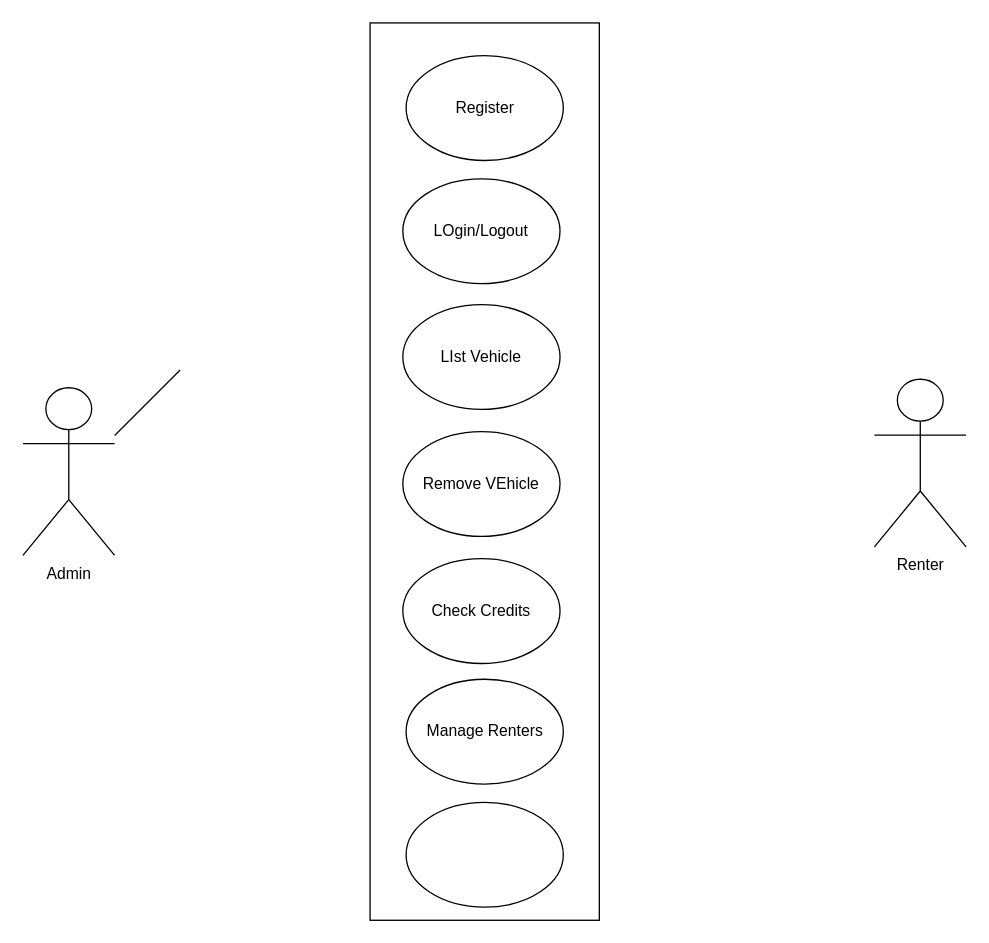
aashu-kattel/Sys.-Analysis-Design keeps this draw.io diagram as usecase_vrs.drawio. Above is the earlier version. Source tidied: cells renumbered, new cells numbered last; positions are measured from the earlier drawing's top-left corner, leaving out a move shared by most shapes. Both pictures are drawn from the tidied source at 131%, with x=0, y=0 at pixel (22, 55).
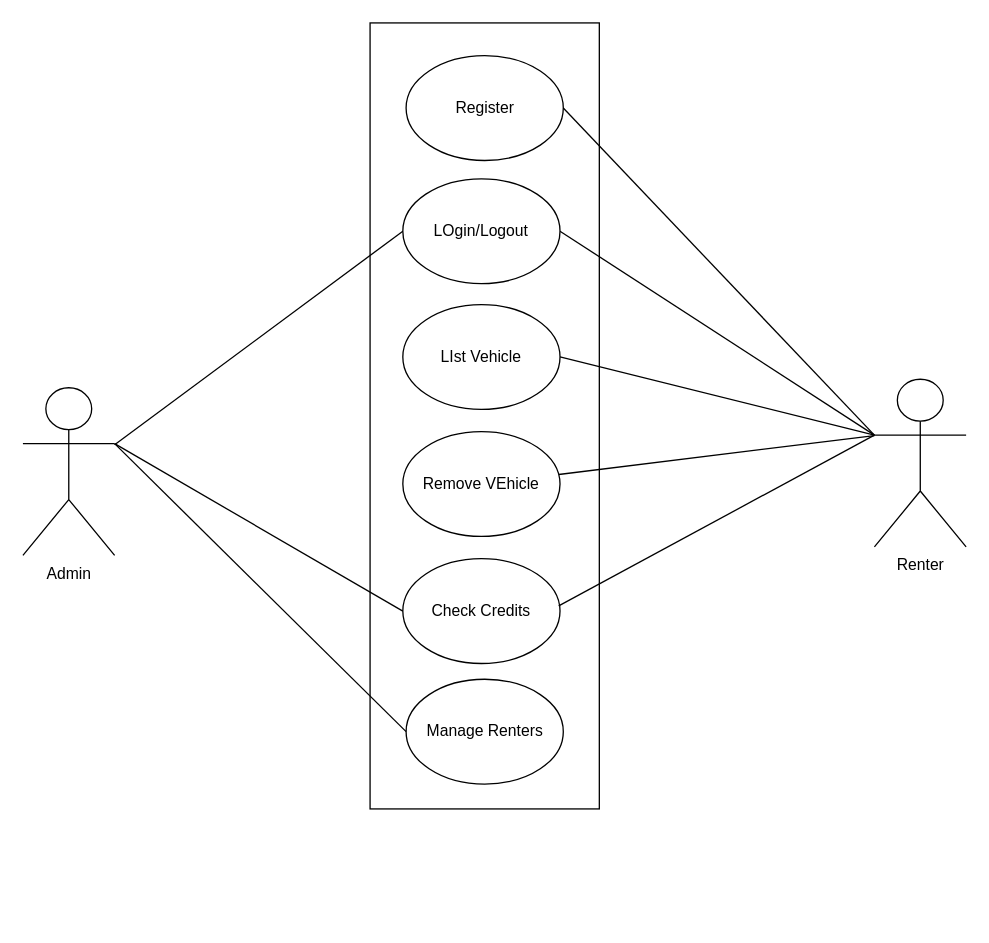
After the change.

The change refers to these unchanged cells:
```xml
<mxCell id="3" value="Admin" style="shape=umlActor;verticalLabelPosition=bottom;verticalAlign=top;html=1;outlineConnect=0;" parent="1" vertex="1">
  <mxGeometry y="253.5" width="70" height="128" as="geometry" />
</mxCell>
<mxCell id="4" value="Renter&lt;br&gt;" style="shape=umlActor;verticalLabelPosition=bottom;verticalAlign=top;html=1;outlineConnect=0;" parent="1" vertex="1">
  <mxGeometry x="650" y="247" width="70" height="128" as="geometry" />
</mxCell>
<mxCell id="5" value="LOgin/Logout" style="ellipse;whiteSpace=wrap;html=1;" parent="1" vertex="1">
  <mxGeometry x="290" y="94" width="120" height="80" as="geometry" />
</mxCell>
<mxCell id="6" value="LIst Vehicle" style="ellipse;whiteSpace=wrap;html=1;" parent="1" vertex="1">
  <mxGeometry x="290" y="190" width="120" height="80" as="geometry" />
</mxCell>
<mxCell id="7" value="Remove VEhicle" style="ellipse;whiteSpace=wrap;html=1;" parent="1" vertex="1">
  <mxGeometry x="290" y="287" width="120" height="80" as="geometry" />
</mxCell>
<mxCell id="8" value="Check Credits" style="ellipse;whiteSpace=wrap;html=1;" parent="1" vertex="1">
  <mxGeometry x="290" y="384" width="120" height="80" as="geometry" />
</mxCell>
<mxCell id="9" value="Manage Renters" style="ellipse;whiteSpace=wrap;html=1;" parent="1" vertex="1">
  <mxGeometry x="292.5" y="476" width="120" height="80" as="geometry" />
</mxCell>
<mxCell id="11" value="Register" style="ellipse;whiteSpace=wrap;html=1;" parent="1" vertex="1">
  <mxGeometry x="292.5" width="120" height="80" as="geometry" />
</mxCell>
```

What changed in the source:
```diff
@@
     <mxCell id="2" style="rounded=0;whiteSpace=wrap;html=1;rotation=90;" parent="1" vertex="1">
-      <mxGeometry x="10" y="230" width="685" height="175" as="geometry" />
+      <mxGeometry x="52.5" y="187.5" width="600" height="175" as="geometry" />
     </mxCell>
@@
-    <mxCell id="10" style="ellipse;whiteSpace=wrap;html=1;" parent="1" vertex="1">
-      <mxGeometry x="292.5" y="570" width="120" height="80" as="geometry" />
-    </mxCell>
@@
-    <mxCell id="12" style="endArrow=none;html=1;rounded=0;" parent="1" edge="1">
+    <mxCell id="12" style="endArrow=none;html=1;rounded=0;entryX=0;entryY=0.5;entryDx=0;entryDy=0;" parent="1" edge="1" target="5">
       <mxGeometry relative="1" as="geometry">
-        <mxPoint x="70" y="290" as="sourcePoint" />
-        <mxPoint x="120" y="240" as="targetPoint" />
+        <mxPoint x="70" y="297" as="sourcePoint" />
       </mxGeometry>
     </mxCell>
+    <mxCell id="13" style="endArrow=none;html=1;rounded=0;entryX=0;entryY=0.5;entryDx=0;entryDy=0;exitX=1;exitY=0.3333333333333333;exitDx=0;exitDy=0;exitPerimeter=0;" parent="1" edge="1" source="3" target="8">
+      <mxGeometry relative="1" as="geometry" />
+    </mxCell>
+    <mxCell id="14" style="endArrow=none;html=1;rounded=0;entryX=0;entryY=0.5;entryDx=0;entryDy=0;exitX=1;exitY=0.3333333333333333;exitDx=0;exitDy=0;exitPerimeter=0;" parent="1" edge="1" source="3" target="9">
+      <mxGeometry relative="1" as="geometry" />
+    </mxCell>
+    <mxCell id="15" style="endArrow=none;html=1;rounded=0;entryX=0;entryY=0.3333333333333333;entryDx=0;entryDy=0;exitX=1;exitY=0.5;exitDx=0;exitDy=0;entryPerimeter=0;" parent="1" edge="1" source="11" target="4">
+      <mxGeometry relative="1" as="geometry" />
+    </mxCell>
+    <mxCell id="16" style="endArrow=none;html=1;rounded=0;entryX=0;entryY=0.3333333333333333;entryDx=0;entryDy=0;exitX=1;exitY=0.5;exitDx=0;exitDy=0;entryPerimeter=0;" parent="1" edge="1" target="4">
+      <mxGeometry relative="1" as="geometry">
+        <mxPoint x="410" y="134" as="sourcePoint" />
+      </mxGeometry>
+    </mxCell>
+    <mxCell id="17" style="endArrow=none;html=1;rounded=0;exitX=1;exitY=0.5;exitDx=0;exitDy=0;entryX=0;entryY=0.3333333333333333;entryDx=0;entryDy=0;entryPerimeter=0;" parent="1" edge="1" source="6" target="4">
+      <mxGeometry relative="1" as="geometry" />
+    </mxCell>
+    <mxCell id="18" style="endArrow=none;html=1;rounded=0;" parent="1" edge="1" source="7">
+      <mxGeometry relative="1" as="geometry">
+        <mxPoint x="650" y="290" as="targetPoint" />
+      </mxGeometry>
+    </mxCell>
+    <mxCell id="19" style="endArrow=none;html=1;rounded=0;entryX=0;entryY=0.3333333333333333;entryDx=0;entryDy=0;entryPerimeter=0;" parent="1" edge="1" target="4">
+      <mxGeometry relative="1" as="geometry">
+        <mxPoint x="409" y="420" as="sourcePoint" />
+      </mxGeometry>
+    </mxCell>
```
